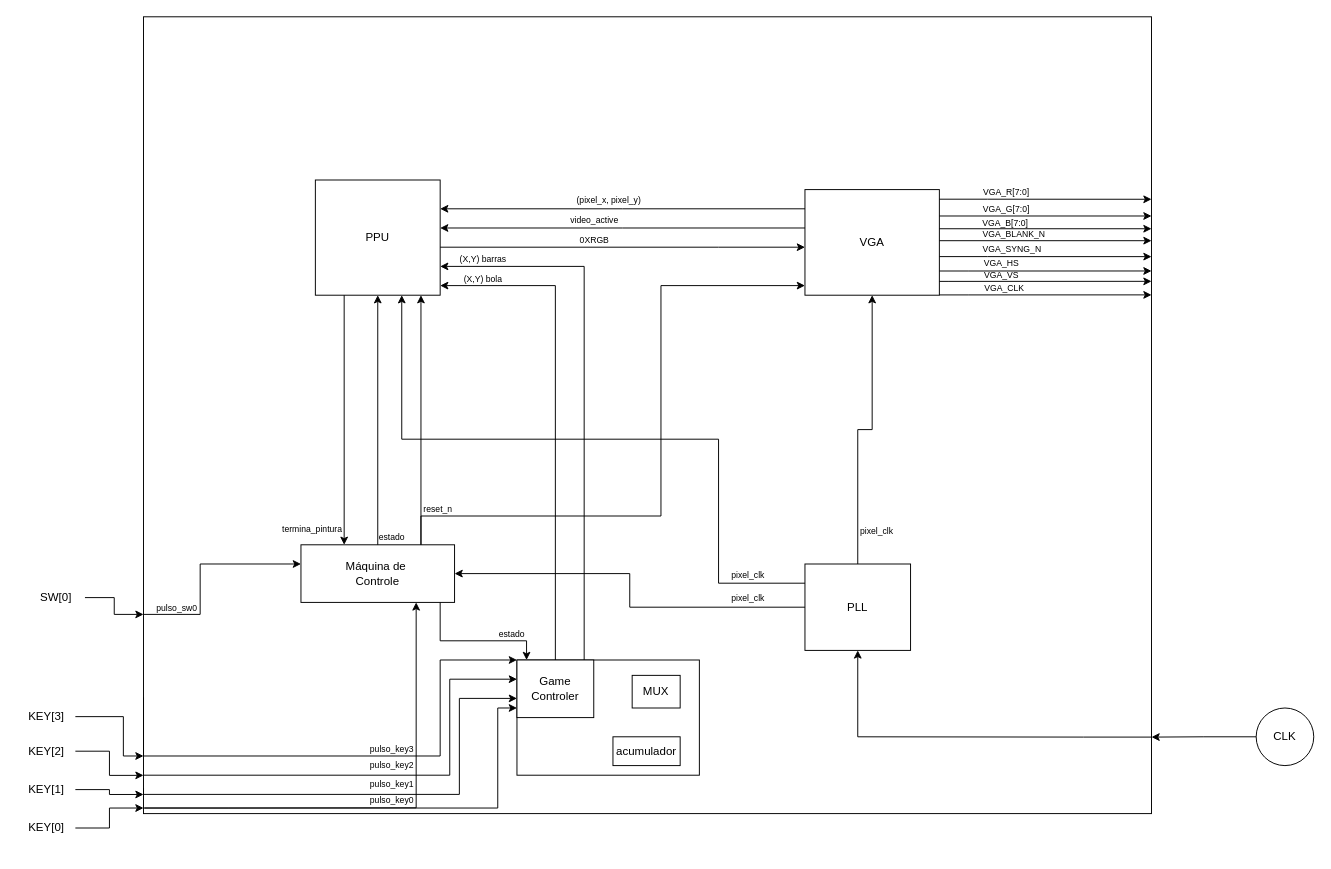
Above: P2/diagramas/Diagrama_blocos_VGA.drawio in caio-unicamp/MC613_Best_Group (draw.io), before the change. Source tidied: cells renumbered, new cells numbered last; positions are measured from the earlier drawing's top-left corner, leaving out a move shared by most shapes. Both pictures are drawn from the tidied source at 96%, with x=0, y=0 at pixel (17, 16).
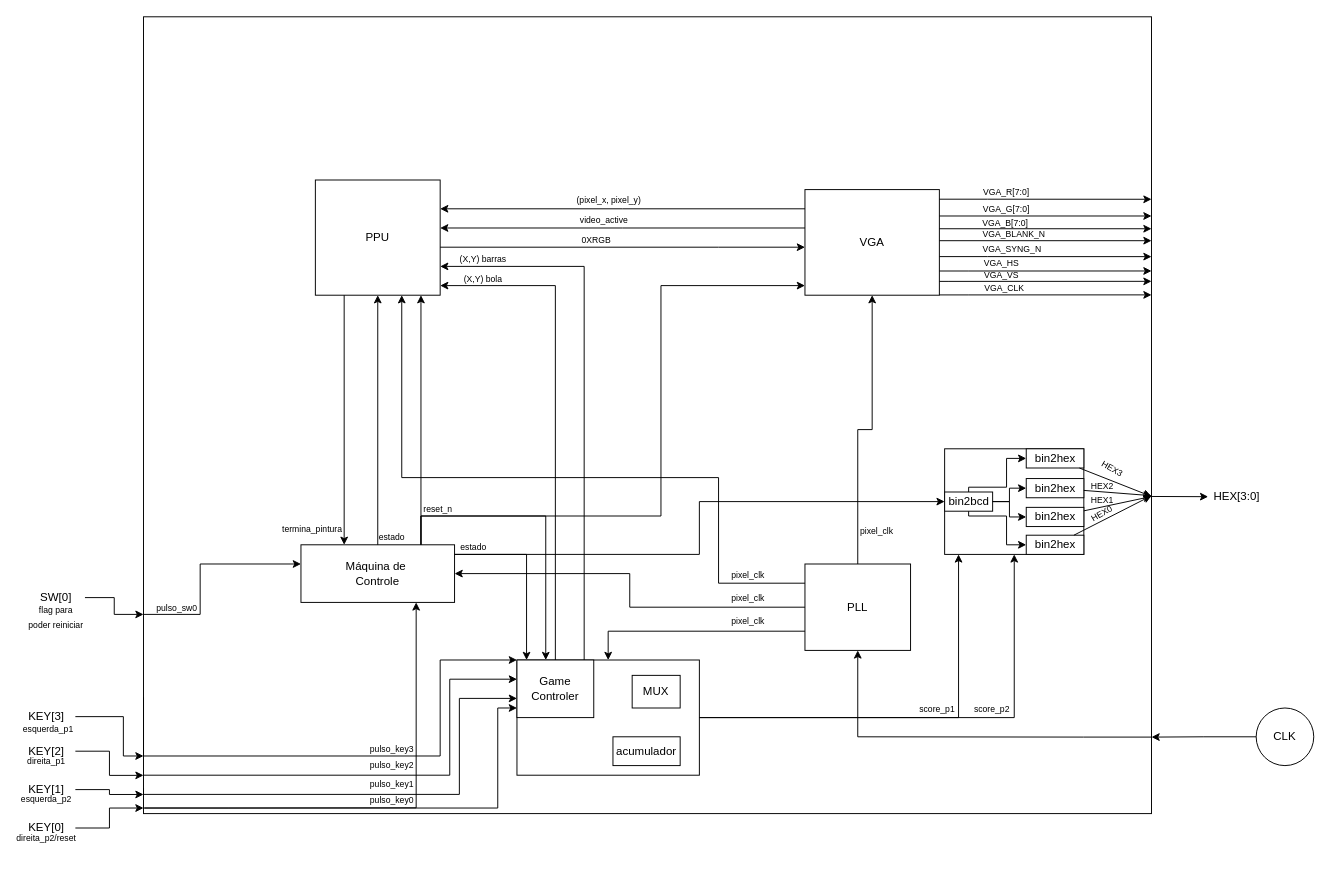
The same page after the edit.

Commit message:
Finaliza de fato o diagrama

Unchanged cells that the change refers to:
```xml
<mxCell id="2" style="rounded=0;whiteSpace=wrap;html=1;fillColor=none;" parent="1" vertex="1">
  <mxGeometry x="131" width="1050" height="830" as="geometry" />
</mxCell>
<mxCell id="3" value="PPU" style="rounded=0;whiteSpace=wrap;html=1;" parent="1" vertex="1">
  <mxGeometry x="310" y="170" width="130" height="120" as="geometry" />
</mxCell>
<mxCell id="5" value="Máquina de&amp;nbsp;&lt;div&gt;Controle&lt;/div&gt;" style="rounded=0;whiteSpace=wrap;html=1;" parent="1" vertex="1">
  <mxGeometry x="295" y="550" width="160" height="60" as="geometry" />
</mxCell>
<mxCell id="18" value="PLL" style="rounded=0;whiteSpace=wrap;html=1;" parent="1" vertex="1">
  <mxGeometry x="820" y="570" width="110" height="90" as="geometry" />
</mxCell>
<mxCell id="56" style="rounded=0;whiteSpace=wrap;html=1;fillColor=none;" parent="1" vertex="1">
  <mxGeometry x="520" y="670" width="190" height="120" as="geometry" />
</mxCell>
<mxCell id="57" value="Game Controler" style="rounded=0;whiteSpace=wrap;html=1;" parent="1" vertex="1">
  <mxGeometry x="520" y="670" width="80" height="60" as="geometry" />
</mxCell>
```

The edit, as a diff of the source:
```diff
@@
-    <mxCell id="21" style="endArrow=classic;html=1;rounded=0;edgeStyle=orthogonalEdgeStyle;" parent="1" edge="1" source="18" target="3">
+    <mxCell id="21" style="endArrow=classic;html=1;rounded=0;edgeStyle=orthogonalEdgeStyle;jumpStyle=sharp;" parent="1" edge="1" source="18" target="3">
       <mxGeometry relative="1" as="geometry">
         <Array as="points">
           <mxPoint x="730" y="590" />
-          <mxPoint x="730" y="440" />
-          <mxPoint x="400" y="440" />
+          <mxPoint x="730" y="480" />
+          <mxPoint x="400" y="480" />
         </Array>
       </mxGeometry>
     </mxCell>
@@
     <mxCell id="39" value="&lt;font style=&quot;font-size: 9px;&quot;&gt;video_active&lt;/font&gt;" style="text;html=1;whiteSpace=wrap;strokeColor=none;fillColor=none;align=center;verticalAlign=middle;rounded=0;" parent="1" vertex="1">
-      <mxGeometry x="571" y="196" width="60" height="30" as="geometry" />
+      <mxGeometry x="581" y="196" width="60" height="30" as="geometry" />
     </mxCell>
@@
     <mxCell id="41" value="&lt;font style=&quot;font-size: 9px;&quot;&gt;0XRGB&lt;/font&gt;" style="text;html=1;whiteSpace=wrap;strokeColor=none;fillColor=none;align=center;verticalAlign=middle;rounded=0;" parent="1" vertex="1">
-      <mxGeometry x="571" y="217" width="60" height="30" as="geometry" />
+      <mxGeometry x="573" y="217" width="60" height="30" as="geometry" />
     </mxCell>
@@
     <mxCell id="61" style="endArrow=classic;html=1;rounded=0;edgeStyle=orthogonalEdgeStyle;" parent="1" edge="1" source="5" target="56">
       <mxGeometry relative="1" as="geometry">
         <Array as="points">
-          <mxPoint x="440" y="650" />
-          <mxPoint x="530" y="650" />
+          <mxPoint x="530" y="560" />
         </Array>
       </mxGeometry>
     </mxCell>
-    <mxCell id="62" value="&lt;font style=&quot;font-size: 9px;&quot;&gt;estado&lt;/font&gt;" style="text;html=1;whiteSpace=wrap;strokeColor=none;fillColor=none;align=center;verticalAlign=middle;rounded=0;" parent="1" vertex="1">
-      <mxGeometry x="485" y="628" width="60" height="30" as="geometry" />
-    </mxCell>
@@
+    <mxCell id="76" value="HEX[3:0]" style="text;html=1;whiteSpace=wrap;strokeColor=none;fillColor=none;align=center;verticalAlign=middle;rounded=0;" parent="1" vertex="1">
+      <mxGeometry x="1240" y="485" width="60" height="30" as="geometry" />
+    </mxCell>
+    <mxCell id="77" style="endArrow=classic;html=1;rounded=0;exitX=1;exitY=0.602;exitDx=0;exitDy=0;exitPerimeter=0;" parent="1" edge="1" source="2" target="76">
+      <mxGeometry relative="1" as="geometry" />
+    </mxCell>
+    <mxCell id="78" style="group;" parent="1" vertex="1">
+      <mxGeometry x="965.5" y="450" width="145" height="110" as="geometry" />
+    </mxCell>
+    <mxCell id="79" style="rounded=0;whiteSpace=wrap;html=1;fillColor=none;" parent="78" vertex="1">
+      <mxGeometry width="145" height="110" as="geometry" />
+    </mxCell>
+    <mxCell id="80" value="bin2bcd" style="rounded=0;whiteSpace=wrap;html=1;" parent="78" vertex="1">
+      <mxGeometry y="45" width="50" height="20" as="geometry" />
+    </mxCell>
+    <mxCell id="81" value="bin2hex" style="rounded=0;whiteSpace=wrap;html=1;" parent="78" vertex="1">
+      <mxGeometry x="85" width="60" height="20" as="geometry" />
+    </mxCell>
+    <mxCell id="82" value="bin2hex" style="rounded=0;whiteSpace=wrap;html=1;" parent="78" vertex="1">
+      <mxGeometry x="85" y="31" width="60" height="20" as="geometry" />
+    </mxCell>
+    <mxCell id="83" value="bin2hex" style="rounded=0;whiteSpace=wrap;html=1;" parent="78" vertex="1">
+      <mxGeometry x="85" y="61" width="60" height="20" as="geometry" />
+    </mxCell>
+    <mxCell id="84" value="bin2hex" style="rounded=0;whiteSpace=wrap;html=1;" parent="78" vertex="1">
+      <mxGeometry x="85" y="90" width="60" height="20" as="geometry" />
+    </mxCell>
+    <mxCell id="85" style="endArrow=classic;html=1;rounded=0;edgeStyle=orthogonalEdgeStyle;" parent="78" edge="1" source="80" target="81">
+      <mxGeometry relative="1" as="geometry">
+        <Array as="points">
+          <mxPoint x="24.5" y="40" />
+          <mxPoint x="64.5" y="40" />
+          <mxPoint x="64.5" y="10" />
+        </Array>
+      </mxGeometry>
+    </mxCell>
+    <mxCell id="86" style="endArrow=classic;html=1;rounded=0;edgeStyle=orthogonalEdgeStyle;" parent="78" edge="1" source="80" target="82">
+      <mxGeometry relative="1" as="geometry" />
+    </mxCell>
+    <mxCell id="87" style="endArrow=classic;html=1;rounded=0;edgeStyle=orthogonalEdgeStyle;" parent="78" edge="1" source="80" target="83">
+      <mxGeometry relative="1" as="geometry" />
+    </mxCell>
+    <mxCell id="88" style="endArrow=classic;html=1;rounded=0;edgeStyle=orthogonalEdgeStyle;" parent="78" edge="1" source="80" target="84">
+      <mxGeometry relative="1" as="geometry">
+        <Array as="points">
+          <mxPoint x="24.5" y="70" />
+          <mxPoint x="64.5" y="70" />
+          <mxPoint x="64.5" y="100" />
+        </Array>
+      </mxGeometry>
+    </mxCell>
+    <mxCell id="89" style="endArrow=classic;html=1;rounded=0;entryX=1;entryY=0.601;entryDx=0;entryDy=0;entryPerimeter=0;" parent="78" edge="1" source="84" target="2">
+      <mxGeometry relative="1" as="geometry" />
+    </mxCell>
+    <mxCell id="90" style="endArrow=classic;html=1;rounded=0;entryX=1;entryY=0.602;entryDx=0;entryDy=0;entryPerimeter=0;" parent="78" edge="1" source="83" target="2">
+      <mxGeometry relative="1" as="geometry" />
+    </mxCell>
+    <mxCell id="91" style="endArrow=classic;html=1;rounded=0;entryX=1;entryY=0.601;entryDx=0;entryDy=0;entryPerimeter=0;" parent="78" edge="1" source="82" target="2">
+      <mxGeometry relative="1" as="geometry" />
+    </mxCell>
+    <mxCell id="92" style="endArrow=classic;html=1;rounded=0;entryX=1;entryY=0.602;entryDx=0;entryDy=0;entryPerimeter=0;" parent="78" edge="1" source="81" target="2">
+      <mxGeometry relative="1" as="geometry" />
+    </mxCell>
+    <mxCell id="93" style="endArrow=classic;html=1;rounded=0;edgeStyle=orthogonalEdgeStyle;" parent="1" edge="1" source="56" target="79">
+      <mxGeometry relative="1" as="geometry">
+        <Array as="points">
+          <mxPoint x="980" y="730" />
+        </Array>
+      </mxGeometry>
+    </mxCell>
+    <mxCell id="94" style="endArrow=classic;html=1;rounded=0;edgeStyle=orthogonalEdgeStyle;" parent="1" edge="1" source="56" target="79">
+      <mxGeometry relative="1" as="geometry" />
+    </mxCell>
+    <mxCell id="95" value="&lt;font style=&quot;font-size: 9px;&quot;&gt;score_p1&lt;/font&gt;" style="text;html=1;whiteSpace=wrap;strokeColor=none;fillColor=none;align=center;verticalAlign=middle;rounded=0;" parent="1" vertex="1">
+      <mxGeometry x="928" y="706" width="60" height="30" as="geometry" />
+    </mxCell>
+    <mxCell id="96" value="&lt;font style=&quot;font-size: 9px;&quot;&gt;score_p2&lt;/font&gt;" style="text;html=1;whiteSpace=wrap;strokeColor=none;fillColor=none;align=center;verticalAlign=middle;rounded=0;" parent="1" vertex="1">
+      <mxGeometry x="985" y="706" width="60" height="30" as="geometry" />
+    </mxCell>
+    <mxCell id="97" style="endArrow=classic;html=1;rounded=0;edgeStyle=orthogonalEdgeStyle;" parent="1" edge="1" source="18" target="56">
+      <mxGeometry relative="1" as="geometry">
+        <Array as="points">
+          <mxPoint x="615" y="640" />
+        </Array>
+      </mxGeometry>
+    </mxCell>
+    <mxCell id="98" value="&lt;font style=&quot;font-size: 9px;&quot;&gt;pixel_clk&lt;/font&gt;" style="text;html=1;whiteSpace=wrap;strokeColor=none;fillColor=none;align=center;verticalAlign=middle;rounded=0;" parent="1" vertex="1">
+      <mxGeometry x="731" y="614" width="60" height="30" as="geometry" />
+    </mxCell>
+    <mxCell id="99" style="endArrow=classic;html=1;rounded=0;edgeStyle=orthogonalEdgeStyle;" parent="1" edge="1" source="5" target="57">
+      <mxGeometry relative="1" as="geometry">
+        <Array as="points">
+          <mxPoint x="420" y="520" />
+          <mxPoint x="550" y="520" />
+        </Array>
+      </mxGeometry>
+    </mxCell>
+    <mxCell id="100" style="endArrow=classic;html=1;rounded=0;edgeStyle=orthogonalEdgeStyle;" parent="1" edge="1" source="5" target="79">
+      <mxGeometry relative="1" as="geometry">
+        <Array as="points">
+          <mxPoint x="710" y="560" />
+          <mxPoint x="710" y="505" />
+        </Array>
+      </mxGeometry>
+    </mxCell>
+    <mxCell id="62" value="&lt;font style=&quot;font-size: 9px;&quot;&gt;estado&lt;/font&gt;" style="text;html=1;whiteSpace=wrap;strokeColor=none;fillColor=none;align=center;verticalAlign=middle;rounded=0;" parent="1" vertex="1">
+      <mxGeometry x="445" y="537" width="60" height="30" as="geometry" />
+    </mxCell>
+    <mxCell id="101" value="&lt;font style=&quot;font-size: 9px;&quot;&gt;flag para poder reiniciar&lt;/font&gt;" style="text;html=1;whiteSpace=wrap;strokeColor=none;fillColor=none;align=center;verticalAlign=middle;rounded=0;" parent="1" vertex="1">
+      <mxGeometry x="10" y="610" width="60" height="30" as="geometry" />
+    </mxCell>
+    <mxCell id="102" value="&lt;font style=&quot;font-size: 9px;&quot;&gt;esquerda_p1&lt;/font&gt;" style="text;html=1;whiteSpace=wrap;strokeColor=none;fillColor=none;align=center;verticalAlign=middle;rounded=0;" parent="1" vertex="1">
+      <mxGeometry x="2" y="726" width="60" height="30" as="geometry" />
+    </mxCell>
+    <mxCell id="103" value="&lt;font style=&quot;font-size: 9px;&quot;&gt;direita_p1&lt;/font&gt;" style="text;html=1;whiteSpace=wrap;strokeColor=none;fillColor=none;align=center;verticalAlign=middle;rounded=0;" parent="1" vertex="1">
+      <mxGeometry y="760" width="60" height="30" as="geometry" />
+    </mxCell>
+    <mxCell id="104" value="&lt;font style=&quot;font-size: 9px;&quot;&gt;esquerda_p2&lt;/font&gt;" style="text;html=1;whiteSpace=wrap;strokeColor=none;fillColor=none;align=center;verticalAlign=middle;rounded=0;" parent="1" vertex="1">
+      <mxGeometry y="799" width="60" height="30" as="geometry" />
+    </mxCell>
+    <mxCell id="105" value="&lt;font style=&quot;font-size: 9px;&quot;&gt;direita_p2/reset&lt;/font&gt;" style="text;html=1;whiteSpace=wrap;strokeColor=none;fillColor=none;align=center;verticalAlign=middle;rounded=0;" parent="1" vertex="1">
+      <mxGeometry y="840" width="60" height="30" as="geometry" />
+    </mxCell>
+    <mxCell id="106" value="&lt;font style=&quot;font-size: 9px;&quot;&gt;HEX3&lt;/font&gt;" style="text;html=1;whiteSpace=wrap;strokeColor=none;fillColor=none;align=center;verticalAlign=middle;rounded=0;rotation=30;" parent="1" vertex="1">
+      <mxGeometry x="1110.5" y="455" width="60" height="30" as="geometry" />
+    </mxCell>
+    <mxCell id="107" value="&lt;font style=&quot;font-size: 9px;&quot;&gt;HEX2&lt;/font&gt;" style="text;html=1;whiteSpace=wrap;strokeColor=none;fillColor=none;align=center;verticalAlign=middle;rounded=0;" parent="1" vertex="1">
+      <mxGeometry x="1100" y="473" width="60" height="30" as="geometry" />
+    </mxCell>
+    <mxCell id="108" value="&lt;font style=&quot;font-size: 9px;&quot;&gt;HEX1&lt;/font&gt;" style="text;html=1;whiteSpace=wrap;strokeColor=none;fillColor=none;align=center;verticalAlign=middle;rounded=0;" parent="1" vertex="1">
+      <mxGeometry x="1100" y="488" width="60" height="30" as="geometry" />
+    </mxCell>
+    <mxCell id="109" value="&lt;font style=&quot;font-size: 9px;&quot;&gt;HEX0&lt;/font&gt;" style="text;html=1;whiteSpace=wrap;strokeColor=none;fillColor=none;align=center;verticalAlign=middle;rounded=0;rotation=-30;" parent="1" vertex="1">
+      <mxGeometry x="1099" y="502" width="60" height="30" as="geometry" />
+    </mxCell>
```
